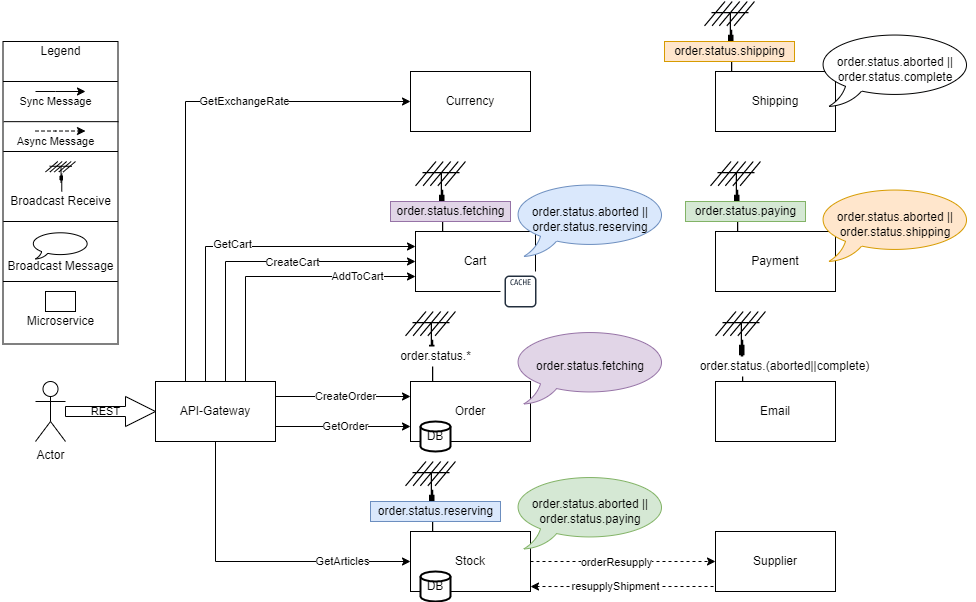
Before: assets/ServicesMessages.png, a diagram exported from draw.io (Tobias-Pe/microservices-error-handling). Source tidied: cells renumbered, new cells last; positions are measured from the earlier drawing's top-left corner, leaving out a move shared by most shapes.
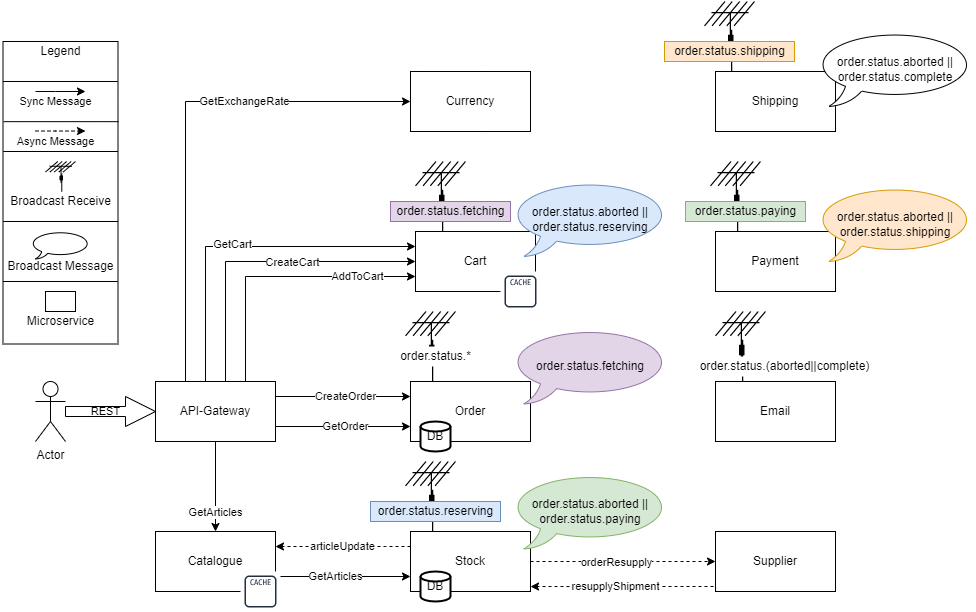
The same file after the commit.

Change to the diagram source:
```diff
@@ -8,7 +8,7 @@
     <mxCell id="3" value="CreateOrder" style="edgeStyle=orthogonalEdgeStyle;rounded=0;jettySize=auto;html=1;exitX=1;exitY=0.25;exitDx=0;exitDy=0;entryX=0;entryY=0.25;entryDx=0;entryDy=0;" parent="1" edge="1" source="12" target="20">
       <mxGeometry x="0.04" relative="1" as="geometry" />
     </mxCell>
-    <mxCell id="4" value="GetArticles" style="edgeStyle=orthogonalEdgeStyle;rounded=0;jettySize=auto;html=1;exitX=0.5;exitY=1;exitDx=0;exitDy=0;entryX=0;entryY=0.5;entryDx=0;entryDy=0;" parent="1" edge="1" source="12" target="15">
+    <mxCell id="4" value="GetArticles" style="edgeStyle=orthogonalEdgeStyle;rounded=0;jettySize=auto;html=1;exitX=0.5;exitY=1;exitDx=0;exitDy=0;entryX=0.5;entryY=0;entryDx=0;entryDy=0;" parent="1" edge="1" source="12" target="64">
       <mxGeometry x="0.57" relative="1" as="geometry" />
     </mxCell>
     <mxCell id="5" style="edgeStyle=orthogonalEdgeStyle;rounded=0;jettySize=auto;html=1;exitX=0.25;exitY=0;exitDx=0;exitDy=0;entryX=0;entryY=0.5;entryDx=0;entryDy=0;" parent="1" edge="1" source="12" target="24">
@@ -57,6 +57,14 @@
         <mxPoint x="-15" y="-1" as="offset" />
       </mxGeometry>
     </mxCell>
+    <mxCell id="62" value="articleUpdate" style="edgeStyle=orthogonalEdgeStyle;rounded=0;jettySize=auto;html=1;exitX=0;exitY=0.25;exitDx=0;exitDy=0;entryX=1;entryY=0.25;entryDx=0;entryDy=0;dashed=1;" parent="1" edge="1" source="15" target="64">
+      <mxGeometry relative="1" as="geometry">
+        <Array as="points">
+          <mxPoint x="385" y="545" />
+          <mxPoint x="385" y="545" />
+        </Array>
+      </mxGeometry>
+    </mxCell>
     <mxCell id="15" value="Stock" style="rounded=0;whiteSpace=wrap;html=1;" parent="1" vertex="1">
       <mxGeometry x="410" y="530" width="120" height="60" as="geometry" />
     </mxCell>
@@ -234,5 +242,18 @@
     <mxCell id="61" value="DB" style="strokeWidth=2;html=1;shape=mxgraph.flowchart.database;whiteSpace=wrap;" parent="1" vertex="1">
       <mxGeometry x="420" y="570" width="30" height="30" as="geometry" />
     </mxCell>
+    <mxCell id="63" value="GetArticles" style="edgeStyle=orthogonalEdgeStyle;rounded=0;jettySize=auto;html=1;exitX=1;exitY=0.5;exitDx=0;exitDy=0;entryX=0;entryY=0.75;entryDx=0;entryDy=0;" parent="1" edge="1" source="64" target="15">
+      <mxGeometry relative="1" as="geometry">
+        <Array as="points">
+          <mxPoint x="275" y="575" />
+        </Array>
+      </mxGeometry>
+    </mxCell>
+    <mxCell id="64" value="Catalogue" style="rounded=0;whiteSpace=wrap;html=1;" parent="1" vertex="1">
+      <mxGeometry x="155" y="530" width="120" height="60" as="geometry" />
+    </mxCell>
+    <mxCell id="65" style="sketch=0;fontColor=#232F3E;gradientColor=none;strokeColor=#232F3E;fillColor=#ffffff;dashed=0;verticalLabelPosition=bottom;verticalAlign=top;align=center;html=1;fontSize=12;fontStyle=0;shape=mxgraph.aws4.resourceIcon;resIcon=mxgraph.aws4.cache_node;" parent="1" vertex="1">
+      <mxGeometry x="240" y="570" width="40" height="40" as="geometry" />
+    </mxCell>
   </root>
 </mxGraphModel>
```
